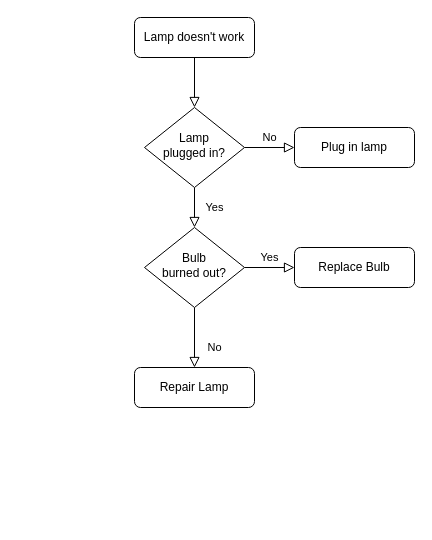
Earlier version of the draw.io diagram LostFound.drawio (ifs21034-itdel/Lost-Found). Source tidied: cells renumbered, new cells numbered last; positions are measured from the earlier drawing's top-left corner, leaving out a move shared by most shapes. Both pictures are drawn from the tidied source at 100%, with x=0, y=0 at pixel (134, 17).
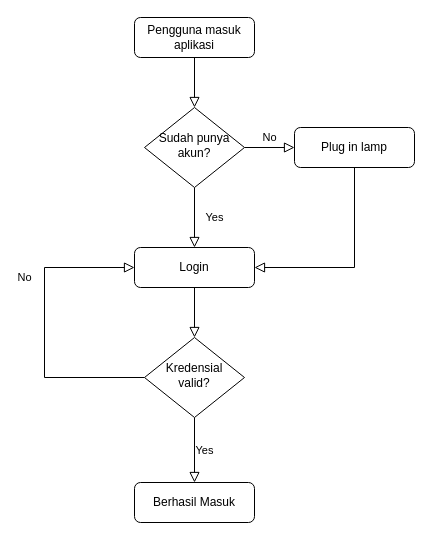
The same diagram, later.

The edit, as a diff of the source:
```diff
@@
 <mxGraphModel>
   <root>
     <mxCell id="0" />
     <mxCell id="1" parent="0" />
     <mxCell id="2" style="rounded=0;html=1;jettySize=auto;fontSize=11;endArrow=block;endFill=0;endSize=8;strokeWidth=1;shadow=0;labelBackgroundColor=none;edgeStyle=orthogonalEdgeStyle;" parent="1" edge="1" source="3" target="6">
       <mxGeometry relative="1" as="geometry" />
     </mxCell>
-    <mxCell id="3" value="Lamp doesn't work" style="rounded=1;whiteSpace=wrap;html=1;fontSize=12;glass=0;strokeWidth=1;shadow=0;" parent="1" vertex="1">
+    <mxCell id="3" value="Pengguna masuk aplikasi" style="rounded=1;whiteSpace=wrap;html=1;fontSize=12;glass=0;strokeWidth=1;shadow=0;" parent="1" vertex="1">
       <mxGeometry width="120" height="40" as="geometry" />
     </mxCell>
-    <mxCell id="4" value="Yes" style="rounded=0;html=1;jettySize=auto;fontSize=11;endArrow=block;endFill=0;endSize=8;strokeWidth=1;shadow=0;labelBackgroundColor=none;edgeStyle=orthogonalEdgeStyle;" parent="1" edge="1" source="6" target="10">
+    <mxCell id="4" value="Yes" style="rounded=0;html=1;jettySize=auto;fontSize=11;endArrow=block;endFill=0;endSize=8;strokeWidth=1;shadow=0;labelBackgroundColor=none;edgeStyle=orthogonalEdgeStyle;entryX=0.5;entryY=0;entryDx=0;entryDy=0;" parent="1" edge="1" source="6" target="13">
       <mxGeometry y="20" relative="1" as="geometry" />
     </mxCell>
     <mxCell id="5" value="No" style="edgeStyle=orthogonalEdgeStyle;rounded=0;html=1;jettySize=auto;fontSize=11;endArrow=block;endFill=0;endSize=8;strokeWidth=1;shadow=0;labelBackgroundColor=none;" parent="1" edge="1" source="6" target="7">
       <mxGeometry y="10" relative="1" as="geometry" />
     </mxCell>
-    <mxCell id="6" value="Lamp&lt;br&gt;plugged in?" style="rhombus;whiteSpace=wrap;html=1;shadow=0;fontFamily=Helvetica;fontSize=12;align=center;strokeWidth=1;spacing=6;spacingTop=-4;" parent="1" vertex="1">
+    <mxCell id="6" value="Sudah punya akun?" style="rhombus;whiteSpace=wrap;html=1;shadow=0;fontFamily=Helvetica;fontSize=12;align=center;strokeWidth=1;spacing=6;spacingTop=-4;" parent="1" vertex="1">
       <mxGeometry x="10" y="90" width="100" height="80" as="geometry" />
     </mxCell>
     <mxCell id="7" value="Plug in lamp" style="rounded=1;whiteSpace=wrap;html=1;fontSize=12;glass=0;strokeWidth=1;shadow=0;" parent="1" vertex="1">
       <mxGeometry x="160" y="110" width="120" height="40" as="geometry" />
     </mxCell>
-    <mxCell id="8" value="No" style="rounded=0;html=1;jettySize=auto;fontSize=11;endArrow=block;endFill=0;endSize=8;strokeWidth=1;shadow=0;labelBackgroundColor=none;edgeStyle=orthogonalEdgeStyle;" parent="1" edge="1" source="10" target="11">
-      <mxGeometry x="0.33" y="20" relative="1" as="geometry" />
+    <mxCell id="8" value="No" style="rounded=0;html=1;jettySize=auto;fontSize=11;endArrow=block;endFill=0;endSize=8;strokeWidth=1;shadow=0;labelBackgroundColor=none;edgeStyle=orthogonalEdgeStyle;entryX=0;entryY=0.5;entryDx=0;entryDy=0;exitX=0;exitY=0.5;exitDx=0;exitDy=0;" parent="1" edge="1" source="10" target="13">
+      <mxGeometry x="0.33" y="20" relative="1" as="geometry">
+        <Array as="points">
+          <mxPoint x="-90" y="360" />
+          <mxPoint x="-90" y="250" />
+        </Array>
+      </mxGeometry>
     </mxCell>
     <mxCell id="9" value="Yes" style="edgeStyle=orthogonalEdgeStyle;rounded=0;html=1;jettySize=auto;fontSize=11;endArrow=block;endFill=0;endSize=8;strokeWidth=1;shadow=0;labelBackgroundColor=none;" parent="1" edge="1" source="10" target="12">
       <mxGeometry y="10" relative="1" as="geometry" />
     </mxCell>
-    <mxCell id="10" value="Bulb&lt;br&gt;burned out?" style="rhombus;whiteSpace=wrap;html=1;shadow=0;fontFamily=Helvetica;fontSize=12;align=center;strokeWidth=1;spacing=6;spacingTop=-4;" parent="1" vertex="1">
-      <mxGeometry x="10" y="210" width="100" height="80" as="geometry" />
+    <mxCell id="10" value="Kredensial valid?" style="rhombus;whiteSpace=wrap;html=1;shadow=0;fontFamily=Helvetica;fontSize=12;align=center;strokeWidth=1;spacing=6;spacingTop=-4;" parent="1" vertex="1">
+      <mxGeometry x="10" y="320" width="100" height="80" as="geometry" />
     </mxCell>
-    <mxCell id="11" value="Repair Lamp" style="rounded=1;whiteSpace=wrap;html=1;fontSize=12;glass=0;strokeWidth=1;shadow=0;" parent="1" vertex="1">
-      <mxGeometry y="350" width="120" height="40" as="geometry" />
-    </mxCell>
-    <mxCell id="12" value="Replace Bulb" style="rounded=1;whiteSpace=wrap;html=1;fontSize=12;glass=0;strokeWidth=1;shadow=0;" parent="1" vertex="1">
-      <mxGeometry x="160" y="230" width="120" height="40" as="geometry" />
+    <mxCell id="12" value="Berhasil Masuk" style="rounded=1;whiteSpace=wrap;html=1;fontSize=12;glass=0;strokeWidth=1;shadow=0;" parent="1" vertex="1">
+      <mxGeometry y="465" width="120" height="40" as="geometry" />
     </mxCell>
+    <mxCell id="13" value="Login" style="rounded=1;whiteSpace=wrap;html=1;fontSize=12;glass=0;strokeWidth=1;shadow=0;" parent="1" vertex="1">
+      <mxGeometry y="230" width="120" height="40" as="geometry" />
+    </mxCell>
+    <mxCell id="14" style="rounded=0;html=1;jettySize=auto;fontSize=11;endArrow=block;endFill=0;endSize=8;strokeWidth=1;shadow=0;labelBackgroundColor=none;edgeStyle=orthogonalEdgeStyle;entryX=1;entryY=0.5;entryDx=0;entryDy=0;exitX=0.5;exitY=1;exitDx=0;exitDy=0;" parent="1" edge="1" source="7" target="13">
+      <mxGeometry y="20" relative="1" as="geometry">
+        <Array as="points">
+          <mxPoint x="220" y="250" />
+        </Array>
+      </mxGeometry>
+    </mxCell>
+    <mxCell id="15" style="rounded=0;html=1;jettySize=auto;fontSize=11;endArrow=block;endFill=0;endSize=8;strokeWidth=1;shadow=0;labelBackgroundColor=none;edgeStyle=orthogonalEdgeStyle;exitX=0.5;exitY=1;exitDx=0;exitDy=0;entryX=0.5;entryY=0;entryDx=0;entryDy=0;" parent="1" edge="1" source="13" target="10">
+      <mxGeometry relative="1" as="geometry" />
+    </mxCell>
   </root>
 </mxGraphModel>
```
